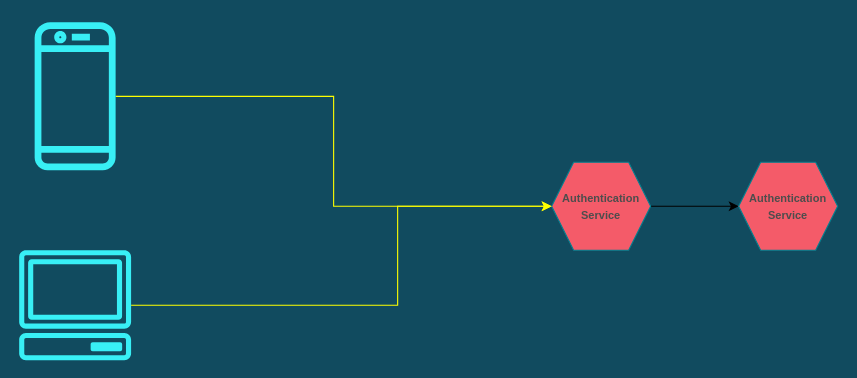
Above: Untitled Diagram.drawio in kanaan-dvlps/Expense_Tracker (draw.io), before the change. Source tidied: cells renumbered, new cells numbered last; positions are measured from the earlier drawing's top-left corner, leaving out a move shared by most shapes. Both pictures are drawn from the tidied source at 110%, with x=0, y=0 at pixel (18, 19).
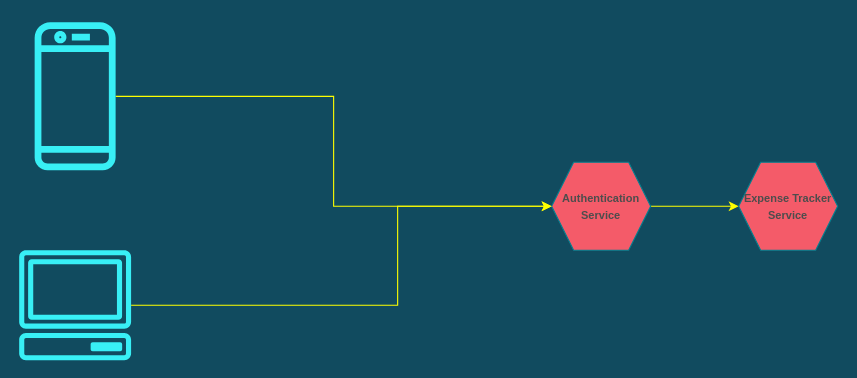
After the change.

Commit message:
expense tracker service

The edit, as a diff of the source:
```diff
@@
 <mxGraphModel background="#114B5F">
   <root>
     <mxCell id="0" />
     <mxCell id="1" parent="0" />
-    <mxCell id="2" style="edgeStyle=orthogonalEdgeStyle;rounded=0;jettySize=auto;html=1;fontSize=10;fontColor=#4D4D4D;" parent="1" edge="1" source="3" target="8">
+    <mxCell id="2" style="edgeStyle=orthogonalEdgeStyle;rounded=0;jettySize=auto;html=1;fontSize=10;fontColor=#4D4D4D;strokeColor=#FFFF00;" parent="1" edge="1" source="3" target="8">
       <mxGeometry relative="1" as="geometry" />
     </mxCell>
     <mxCell id="3" value="&lt;font size=&quot;1&quot; color=&quot;#4d4d4d&quot;&gt;&lt;b style=&quot;&quot;&gt;Authentication Service&lt;/b&gt;&lt;/font&gt;" style="shape=hexagon;perimeter=hexagonPerimeter2;whiteSpace=wrap;html=1;fixedSize=1;fillColor=#F45B69;strokeColor=#028090;fontColor=#E4FDE1;rounded=0;" parent="1" vertex="1">
       <mxGeometry x="485" y="130" width="90" height="80" as="geometry" />
     </mxCell>
     <mxCell id="4" style="edgeStyle=orthogonalEdgeStyle;rounded=0;jettySize=auto;html=1;strokeColor=#FFFF00;" parent="1" edge="1" source="5" target="3">
       <mxGeometry relative="1" as="geometry" />
     </mxCell>
     <mxCell id="5" style="sketch=0;outlineConnect=0;fontColor=#232F3E;gradientColor=none;fillColor=#38EFF5;strokeColor=none;dashed=0;verticalLabelPosition=bottom;verticalAlign=top;align=center;html=1;fontSize=12;fontStyle=0;shape=mxgraph.aws4.mobile_client;" parent="1" vertex="1">
       <mxGeometry x="15" width="73.6" height="140" as="geometry" />
     </mxCell>
     <mxCell id="6" style="edgeStyle=orthogonalEdgeStyle;rounded=0;jettySize=auto;html=1;strokeColor=#FFFF00;" parent="1" edge="1" source="7" target="3">
       <mxGeometry relative="1" as="geometry">
         <Array as="points">
           <mxPoint x="345" y="260" />
           <mxPoint x="345" y="170" />
         </Array>
       </mxGeometry>
     </mxCell>
     <mxCell id="7" style="sketch=0;outlineConnect=0;fontColor=#232F3E;gradientColor=none;fillColor=#38EFF5;strokeColor=none;dashed=0;verticalLabelPosition=bottom;verticalAlign=top;align=center;html=1;fontSize=12;fontStyle=0;shape=mxgraph.aws4.client;" parent="1" vertex="1">
       <mxGeometry x="0.5" y="210" width="102.6" height="100" as="geometry" />
     </mxCell>
-    <mxCell id="8" value="&lt;font size=&quot;1&quot; color=&quot;#4d4d4d&quot;&gt;&lt;b style=&quot;&quot;&gt;Authentication Service&lt;/b&gt;&lt;/font&gt;" style="shape=hexagon;perimeter=hexagonPerimeter2;whiteSpace=wrap;html=1;fixedSize=1;fillColor=#F45B69;strokeColor=#028090;fontColor=#E4FDE1;rounded=0;" parent="1" vertex="1">
+    <mxCell id="8" value="&lt;font size=&quot;1&quot; color=&quot;#4d4d4d&quot;&gt;&lt;b style=&quot;&quot;&gt;Expense Tracker Service&lt;br&gt;&lt;/b&gt;&lt;/font&gt;" style="shape=hexagon;perimeter=hexagonPerimeter2;whiteSpace=wrap;html=1;fixedSize=1;fillColor=#F45B69;strokeColor=#028090;fontColor=#E4FDE1;rounded=0;" parent="1" vertex="1">
       <mxGeometry x="655" y="130" width="90" height="80" as="geometry" />
     </mxCell>
   </root>
 </mxGraphModel>
```
